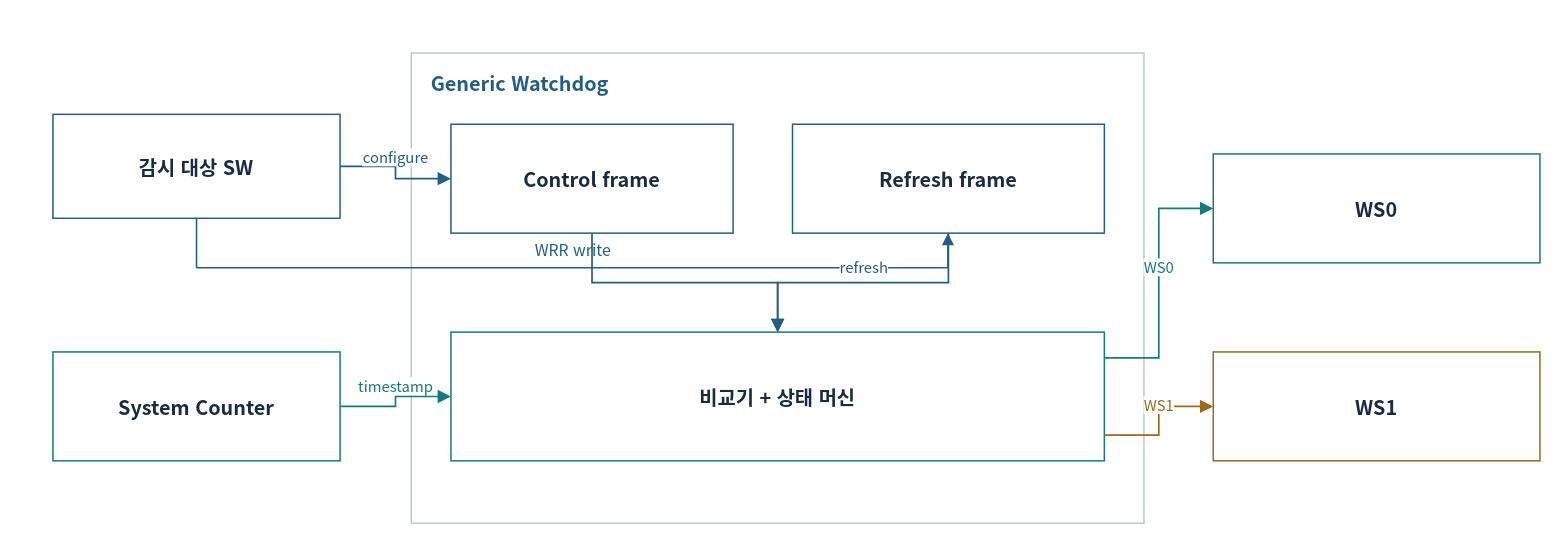
Before: page "01-hardware" (1 of 20) of doc/phase1/watchdog/apollo-watchdog-architecture.drawio in cometzero/project-apollo, a draw.io diagram. Source tidied: cells renumbered, new cells numbered last; positions are measured from the earlier drawing's top-left corner, leaving out a move shared by most shapes. Both pictures are drawn from the tidied source at 99%, with x=0, y=0 at pixel (52, 52).
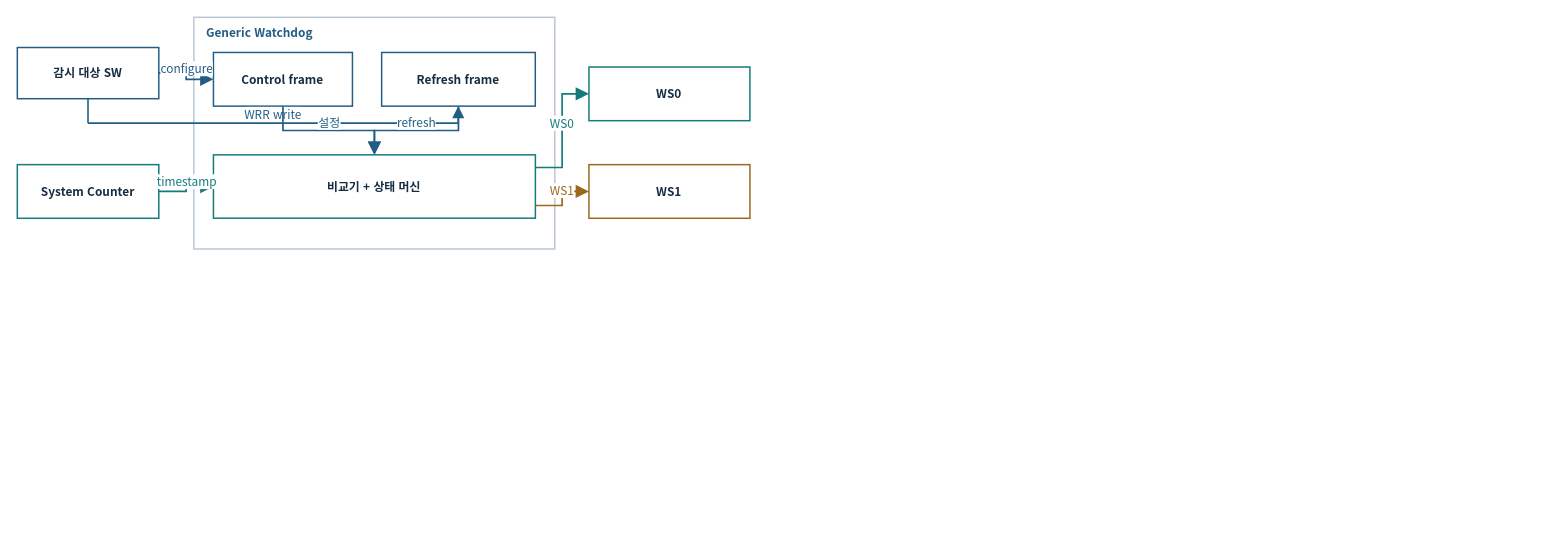
Above is the later version.

Diff of the diagram source:
```diff
@@
-    <mxCell id="2" style="rounded=0;whiteSpace=wrap;html=1;fillColor=#FFFFFF;strokeWidth=1.5;fontFamily=Noto Sans CJK KR;fontSize=18;spacing=12;fontColor=#172C43;strokeColor=#BAC7D3;" parent="1" vertex="1">
-      <mxGeometry x="362" width="740" height="475" as="geometry" />
+    <mxCell id="2" style="rounded=0;whiteSpace=wrap;html=1;fillColor=#FFFFFF;strokeWidth=1.5;fontFamily=Noto Sans CJK KR;fontColor=#172C43;strokeColor=#BAC7D3;fontSize=12;spacing=3;whiteSpace=wrap;" parent="1" vertex="1">
+      <mxGeometry x="142.3" y="-36" width="364.6" height="234" as="geometry" />
     </mxCell>
-    <mxCell id="3" value="Generic Watchdog" style="rounded=0;whiteSpace=wrap;html=1;fillColor=#FFFFFF;strokeWidth=1.5;fontFamily=Noto Sans CJK KR;fontSize=18;spacing=12;fontColor=#172C43;strokeColor=none;fillColor=none;spacing=0;align=left;verticalAlign=middle;fontSize=19;fontColor=#235D86;fontStyle=1;fontSize=20;fontStyle=1;" parent="1" vertex="1">
-      <mxGeometry x="382" y="14" width="700" height="32" as="geometry" />
+    <mxCell id="3" value="Generic Watchdog" style="rounded=0;whiteSpace=wrap;html=1;fillColor=#FFFFFF;strokeWidth=1.5;fontFamily=Noto Sans CJK KR;fontColor=#172C43;strokeColor=none;fillColor=none;align=left;verticalAlign=middle;fontColor=#235D86;fontStyle=1;fontStyle=1;fontSize=12;spacing=3;whiteSpace=wrap;" parent="1" vertex="1">
+      <mxGeometry x="152.2" y="-29.1" width="344.9" height="15.8" as="geometry" />
     </mxCell>
-    <mxCell id="4" value="감시 대상 SW" style="rounded=0;whiteSpace=wrap;html=1;fillColor=#FFFFFF;strokeWidth=1.5;fontFamily=Noto Sans CJK KR;fontSize=18;spacing=12;fontColor=#172C43;strokeColor=#235D86;fontSize=20;fontStyle=1;" parent="1" vertex="1">
-      <mxGeometry y="62" width="290" height="105" as="geometry" />
+    <mxCell id="4" value="감시 대상 SW" style="rounded=0;whiteSpace=wrap;html=1;fillColor=#FFFFFF;strokeWidth=1.5;fontFamily=Noto Sans CJK KR;fontColor=#172C43;strokeColor=#235D86;fontStyle=1;fontSize=12;spacing=3;whiteSpace=wrap;" parent="1" vertex="1">
+      <mxGeometry x="-36" y="-5.5" width="142.9" height="51.7" as="geometry" />
     </mxCell>
-    <mxCell id="5" value="Control frame" style="rounded=0;whiteSpace=wrap;html=1;fillColor=#FFFFFF;strokeWidth=1.5;fontFamily=Noto Sans CJK KR;fontSize=18;spacing=12;fontColor=#172C43;strokeColor=#235D86;fontSize=20;fontStyle=1;" parent="1" vertex="1">
-      <mxGeometry x="402" y="72" width="285" height="110" as="geometry" />
+    <mxCell id="5" value="Control frame" style="rounded=0;whiteSpace=wrap;html=1;fillColor=#FFFFFF;strokeWidth=1.5;fontFamily=Noto Sans CJK KR;fontColor=#172C43;strokeColor=#235D86;fontStyle=1;fontSize=12;spacing=3;whiteSpace=wrap;" parent="1" vertex="1">
+      <mxGeometry x="162.1" y="-0.5" width="140.4" height="54.2" as="geometry" />
     </mxCell>
-    <mxCell id="6" value="Refresh frame" style="rounded=0;whiteSpace=wrap;html=1;fillColor=#FFFFFF;strokeWidth=1.5;fontFamily=Noto Sans CJK KR;fontSize=18;spacing=12;fontColor=#172C43;strokeColor=#235D86;fontSize=20;fontStyle=1;" parent="1" vertex="1">
-      <mxGeometry x="747" y="72" width="315" height="110" as="geometry" />
+    <mxCell id="6" value="Refresh frame" style="rounded=0;whiteSpace=wrap;html=1;fillColor=#FFFFFF;strokeWidth=1.5;fontFamily=Noto Sans CJK KR;fontColor=#172C43;strokeColor=#235D86;fontStyle=1;fontSize=12;spacing=3;whiteSpace=wrap;" parent="1" vertex="1">
+      <mxGeometry x="332" y="-0.5" width="155.2" height="54.2" as="geometry" />
     </mxCell>
-    <mxCell id="7" value="System Counter" style="rounded=0;whiteSpace=wrap;html=1;fillColor=#FFFFFF;strokeWidth=1.5;fontFamily=Noto Sans CJK KR;fontSize=18;spacing=12;fontColor=#172C43;strokeColor=#147B79;fontSize=20;fontStyle=1;" parent="1" vertex="1">
-      <mxGeometry y="302" width="290" height="110" as="geometry" />
+    <mxCell id="7" value="System Counter" style="rounded=0;whiteSpace=wrap;html=1;fillColor=#FFFFFF;strokeWidth=1.5;fontFamily=Noto Sans CJK KR;fontColor=#172C43;strokeColor=#147B79;fontStyle=1;fontSize=12;spacing=3;whiteSpace=wrap;" parent="1" vertex="1">
+      <mxGeometry x="-36" y="112.8" width="142.9" height="54.2" as="geometry" />
     </mxCell>
-    <mxCell id="8" value="비교기 + 상태 머신" style="rounded=0;whiteSpace=wrap;html=1;fillColor=#FFFFFF;strokeWidth=1.5;fontFamily=Noto Sans CJK KR;fontSize=18;spacing=12;fontColor=#172C43;strokeColor=#147B79;fontSize=20;fontStyle=1;" parent="1" vertex="1">
-      <mxGeometry x="402" y="282" width="660" height="130" as="geometry" />
+    <mxCell id="8" value="비교기 + 상태 머신" style="rounded=0;whiteSpace=wrap;html=1;fillColor=#FFFFFF;strokeWidth=1.5;fontFamily=Noto Sans CJK KR;fontColor=#172C43;strokeColor=#147B79;fontStyle=1;fontSize=12;spacing=3;whiteSpace=wrap;" parent="1" vertex="1">
+      <mxGeometry x="162.1" y="102.9" width="325.2" height="64" as="geometry" />
     </mxCell>
-    <mxCell id="9" value="WS0" style="rounded=0;whiteSpace=wrap;html=1;fillColor=#FFFFFF;strokeWidth=1.5;fontFamily=Noto Sans CJK KR;fontSize=18;spacing=12;fontColor=#172C43;strokeColor=#147B79;fontSize=20;fontStyle=1;" parent="1" vertex="1">
-      <mxGeometry x="1172" y="102" width="330" height="110" as="geometry" />
+    <mxCell id="9" value="WS0" style="rounded=0;whiteSpace=wrap;html=1;fillColor=#FFFFFF;strokeWidth=1.5;fontFamily=Noto Sans CJK KR;fontColor=#172C43;strokeColor=#147B79;fontStyle=1;fontSize=12;spacing=3;whiteSpace=wrap;" parent="1" vertex="1">
+      <mxGeometry x="541.4" y="14.2" width="162.6" height="54.2" as="geometry" />
     </mxCell>
-    <mxCell id="10" value="WS1" style="rounded=0;whiteSpace=wrap;html=1;fillColor=#FFFFFF;strokeWidth=1.5;fontFamily=Noto Sans CJK KR;fontSize=18;spacing=12;fontColor=#172C43;strokeColor=#9A681E;fontSize=20;fontStyle=1;" parent="1" vertex="1">
-      <mxGeometry x="1172" y="302" width="330" height="110" as="geometry" />
+    <mxCell id="10" value="WS1" style="rounded=0;whiteSpace=wrap;html=1;fillColor=#FFFFFF;strokeWidth=1.5;fontFamily=Noto Sans CJK KR;fontColor=#172C43;strokeColor=#9A681E;fontStyle=1;fontSize=12;spacing=3;whiteSpace=wrap;" parent="1" vertex="1">
+      <mxGeometry x="541.4" y="112.8" width="162.6" height="54.2" as="geometry" />
     </mxCell>
-    <mxCell id="11" value="configure" style="html=1;whiteSpace=nowrap;edgeStyle=orthogonalEdgeStyle;rounded=0;endArrow=block;endSize=9;strokeWidth=1.7;strokeColor=#235D86;fontColor=#235D86;fontFamily=Noto Sans CJK KR;fontSize=15;labelBackgroundColor=#FFFFFF;" parent="1" edge="1" source="4" target="5">
+    <mxCell id="11" value="configure" style="html=1;edgeStyle=orthogonalEdgeStyle;rounded=0;endArrow=block;endSize=9;strokeWidth=1.7;strokeColor=#235D86;fontColor=#235D86;fontFamily=Noto Sans CJK KR;labelBackgroundColor=#FFFFFF;fontSize=12;spacing=3;whiteSpace=nowrap;" parent="1" edge="1" source="4" target="5">
       <mxGeometry relative="1" as="geometry">
-        <mxPoint y="-16" as="offset" />
+        <mxPoint y="-7.9" as="offset" />
       </mxGeometry>
     </mxCell>
-    <mxCell id="12" style="html=1;whiteSpace=nowrap;edgeStyle=none;endArrow=none;endSize=8;strokeWidth=1.6;strokeColor=#235D86;fontColor=#235D86;fontFamily=Noto Sans CJK KR;fontSize=16;labelBackgroundColor=#FFFFFF;dashed=0;" parent="1" edge="1">
+    <mxCell id="12" style="html=1;edgeStyle=none;endArrow=none;endSize=8;strokeWidth=1.6;strokeColor=#235D86;fontColor=#235D86;fontFamily=Noto Sans CJK KR;labelBackgroundColor=#FFFFFF;dashed=0;fontSize=12;spacing=3;whiteSpace=nowrap;" parent="1" edge="1">
       <mxGeometry relative="1" as="geometry">
-        <mxPoint x="145" y="167" as="sourcePoint" />
-        <mxPoint x="145" y="217" as="targetPoint" />
+        <mxPoint x="35.4" y="46.3" as="sourcePoint" />
+        <mxPoint x="35.4" y="70.9" as="targetPoint" />
       </mxGeometry>
     </mxCell>
-    <mxCell id="13" value="WRR write" style="html=1;whiteSpace=nowrap;edgeStyle=none;endArrow=none;endSize=8;strokeWidth=1.6;strokeColor=#235D86;fontColor=#235D86;fontFamily=Noto Sans CJK KR;fontSize=16;labelBackgroundColor=#FFFFFF;dashed=0;" parent="1" edge="1">
+    <mxCell id="13" value="WRR write" style="html=1;edgeStyle=none;endArrow=none;endSize=8;strokeWidth=1.6;strokeColor=#235D86;fontColor=#235D86;fontFamily=Noto Sans CJK KR;labelBackgroundColor=#FFFFFF;dashed=0;fontSize=12;spacing=3;whiteSpace=nowrap;" parent="1" edge="1">
       <mxGeometry relative="1" as="geometry">
-        <mxPoint x="145" y="217" as="sourcePoint" />
-        <mxPoint x="904" y="217" as="targetPoint" />
-        <mxPoint y="-18" as="offset" />
+        <mxPoint x="35.4" y="70.9" as="sourcePoint" />
+        <mxPoint x="409.4" y="70.9" as="targetPoint" />
+        <mxPoint y="-8.9" as="offset" />
       </mxGeometry>
     </mxCell>
-    <mxCell id="14" style="html=1;whiteSpace=nowrap;edgeStyle=none;endArrow=block;endSize=8;strokeWidth=1.6;strokeColor=#235D86;fontColor=#235D86;fontFamily=Noto Sans CJK KR;fontSize=16;labelBackgroundColor=#FFFFFF;dashed=0;" parent="1" edge="1">
+    <mxCell id="14" style="html=1;edgeStyle=none;endArrow=block;endSize=8;strokeWidth=1.6;strokeColor=#235D86;fontColor=#235D86;fontFamily=Noto Sans CJK KR;labelBackgroundColor=#FFFFFF;dashed=0;fontSize=12;spacing=3;whiteSpace=nowrap;" parent="1" edge="1">
       <mxGeometry relative="1" as="geometry">
-        <mxPoint x="904" y="217" as="sourcePoint" />
-        <mxPoint x="904" y="182" as="targetPoint" />
+        <mxPoint x="409.4" y="70.9" as="sourcePoint" />
+        <mxPoint x="409.4" y="53.7" as="targetPoint" />
       </mxGeometry>
     </mxCell>
-    <mxCell id="15" value="timestamp" style="html=1;whiteSpace=nowrap;edgeStyle=orthogonalEdgeStyle;rounded=0;endArrow=block;endSize=9;strokeWidth=1.7;strokeColor=#147B79;fontColor=#147B79;fontFamily=Noto Sans CJK KR;fontSize=15;labelBackgroundColor=#FFFFFF;" parent="1" edge="1" source="7" target="8">
+    <mxCell id="15" value="timestamp" style="html=1;edgeStyle=orthogonalEdgeStyle;rounded=0;endArrow=block;endSize=9;strokeWidth=1.7;strokeColor=#147B79;fontColor=#147B79;fontFamily=Noto Sans CJK KR;labelBackgroundColor=#FFFFFF;fontSize=12;spacing=3;whiteSpace=nowrap;" parent="1" edge="1" source="7" target="8">
       <mxGeometry relative="1" as="geometry">
-        <mxPoint y="-16" as="offset" />
+        <mxPoint y="-7.9" as="offset" />
       </mxGeometry>
     </mxCell>
-    <mxCell id="16" style="html=1;whiteSpace=nowrap;edgeStyle=orthogonalEdgeStyle;rounded=0;endArrow=block;endSize=9;strokeWidth=1.7;strokeColor=#235D86;fontColor=#235D86;fontFamily=Noto Sans CJK KR;fontSize=15;labelBackgroundColor=#FFFFFF;" parent="1" edge="1" source="5" target="8">
+    <mxCell id="16" value="설정" style="html=1;edgeStyle=orthogonalEdgeStyle;rounded=0;endArrow=block;endSize=9;strokeWidth=1.7;strokeColor=#235D86;fontColor=#235D86;fontFamily=Noto Sans CJK KR;labelBackgroundColor=#FFFFFF;fontSize=12;spacing=3;whiteSpace=nowrap;" parent="1" edge="1" source="5" target="8">
       <mxGeometry relative="1" as="geometry">
-        <mxPoint y="-16" as="offset" />
+        <mxPoint y="-7.9" as="offset" />
       </mxGeometry>
     </mxCell>
-    <mxCell id="17" value="refresh" style="html=1;whiteSpace=nowrap;edgeStyle=orthogonalEdgeStyle;rounded=0;endArrow=block;endSize=9;strokeWidth=1.7;strokeColor=#235D86;fontColor=#235D86;fontFamily=Noto Sans CJK KR;fontSize=15;labelBackgroundColor=#FFFFFF;" parent="1" edge="1" source="6" target="8">
+    <mxCell id="17" value="refresh" style="html=1;edgeStyle=orthogonalEdgeStyle;rounded=0;endArrow=block;endSize=9;strokeWidth=1.7;strokeColor=#235D86;fontColor=#235D86;fontFamily=Noto Sans CJK KR;labelBackgroundColor=#FFFFFF;fontSize=12;spacing=3;whiteSpace=nowrap;" parent="1" edge="1" source="6" target="8">
       <mxGeometry relative="1" as="geometry">
-        <mxPoint y="-16" as="offset" />
+        <mxPoint y="-7.9" as="offset" />
       </mxGeometry>
     </mxCell>
-    <mxCell id="18" value="WS0" style="html=1;whiteSpace=nowrap;edgeStyle=orthogonalEdgeStyle;rounded=0;endArrow=block;endSize=9;strokeWidth=1.7;strokeColor=#147B79;fontColor=#147B79;fontFamily=Noto Sans CJK KR;fontSize=15;labelBackgroundColor=#FFFFFF;exitX=1;exitY=0.2;entryX=0;entryY=0.5;" parent="1" edge="1" source="8" target="9">
+    <mxCell id="18" value="WS0" style="html=1;edgeStyle=orthogonalEdgeStyle;rounded=0;endArrow=block;endSize=9;strokeWidth=1.7;strokeColor=#147B79;fontColor=#147B79;fontFamily=Noto Sans CJK KR;labelBackgroundColor=#FFFFFF;exitX=1;exitY=0.2;entryX=0;entryY=0.5;fontSize=12;spacing=3;whiteSpace=nowrap;" parent="1" edge="1" source="8" target="9">
       <mxGeometry relative="1" as="geometry">
-        <mxPoint y="-16" as="offset" />
+        <mxPoint y="-7.9" as="offset" />
       </mxGeometry>
     </mxCell>
-    <mxCell id="19" value="WS1" style="html=1;whiteSpace=nowrap;edgeStyle=orthogonalEdgeStyle;rounded=0;endArrow=block;endSize=9;strokeWidth=1.7;strokeColor=#9A681E;fontColor=#9A681E;fontFamily=Noto Sans CJK KR;fontSize=15;labelBackgroundColor=#FFFFFF;exitX=1;exitY=0.8;entryX=0;entryY=0.5;" parent="1" edge="1" source="8" target="10">
+    <mxCell id="19" value="WS1" style="html=1;edgeStyle=orthogonalEdgeStyle;rounded=0;endArrow=block;endSize=9;strokeWidth=1.7;strokeColor=#9A681E;fontColor=#9A681E;fontFamily=Noto Sans CJK KR;labelBackgroundColor=#FFFFFF;exitX=1;exitY=0.8;entryX=0;entryY=0.5;fontSize=12;spacing=3;whiteSpace=nowrap;" parent="1" edge="1" source="8" target="10">
       <mxGeometry relative="1" as="geometry">
-        <mxPoint y="-16" as="offset" />
+        <mxPoint y="-7.9" as="offset" />
       </mxGeometry>
     </mxCell>
```
